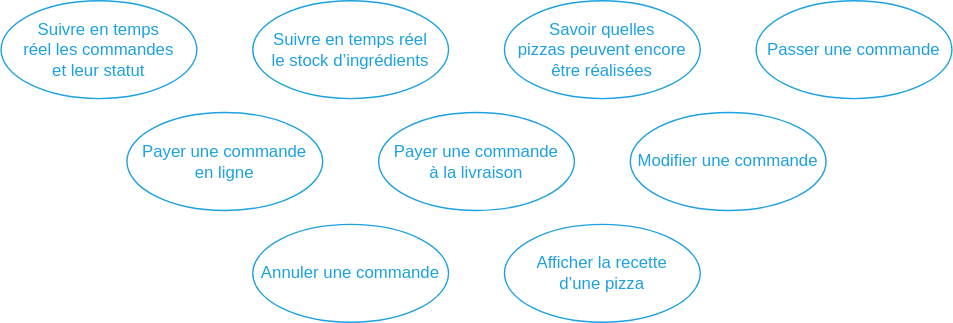
Earlier version of the draw.io export img/figure_explicit-actions.svg (centvingt/OCPizzaRedaction). Source tidied: cells renumbered, new cells last; positions are measured from the earlier drawing's top-left corner, leaving out a move shared by most shapes.
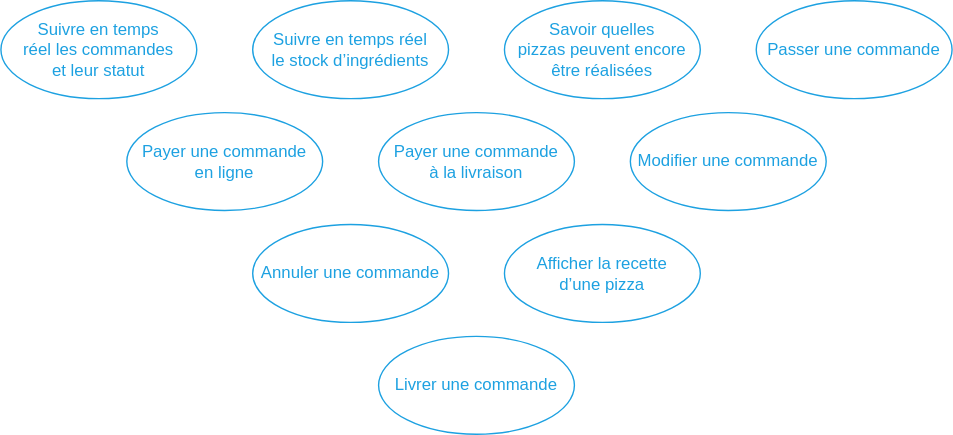
Above is the later version.

Change to the diagram source:
```diff
@@ -29,5 +29,8 @@
     <mxCell id="10" value="&lt;font color=&quot;#1da1e1&quot;&gt;Payer une commande &lt;br&gt;à la livraison&lt;br&gt;&lt;/font&gt;" style="ellipse;whiteSpace=wrap;html=1;fillColor=none;strokeColor=#1DA1E1;" parent="1" vertex="1">
       <mxGeometry x="270" y="80" width="140" height="70" as="geometry" />
     </mxCell>
+    <mxCell id="11" value="&lt;font color=&quot;#1da1e1&quot;&gt;Livrer une commande&lt;br&gt;&lt;/font&gt;" style="ellipse;whiteSpace=wrap;html=1;fillColor=none;strokeColor=#1DA1E1;" parent="1" vertex="1">
+      <mxGeometry x="270" y="240" width="140" height="70" as="geometry" />
+    </mxCell>
   </root>
 </mxGraphModel>
```
